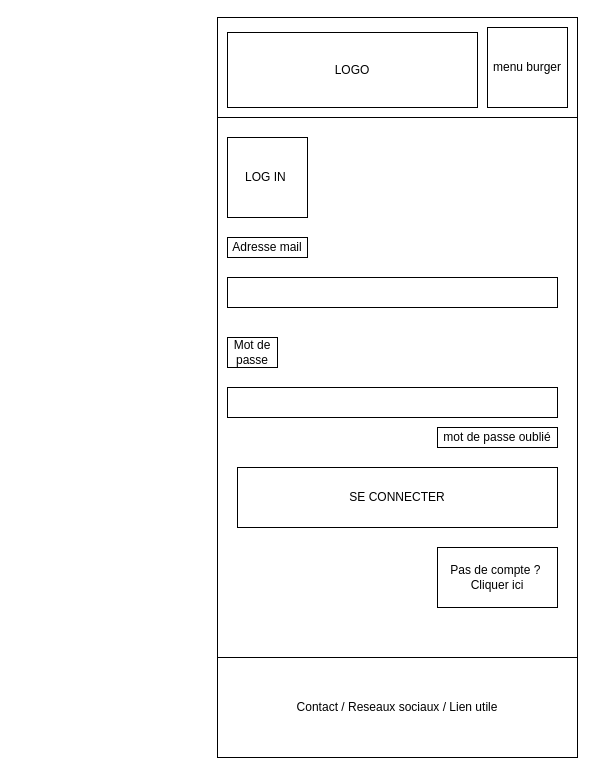
This is page "Connexion" (2 of 10) of docs/wireframe_mobile.drawio from SeguierJonathan/ZombieLand, a draw.io file, before an edit. Source tidied: cells renumbered, new cells numbered last; positions are measured from the earlier drawing's top-left corner, leaving out a move shared by most shapes. Both pictures are drawn from the tidied source at 100%, with x=0, y=0 at pixel (217, 17).
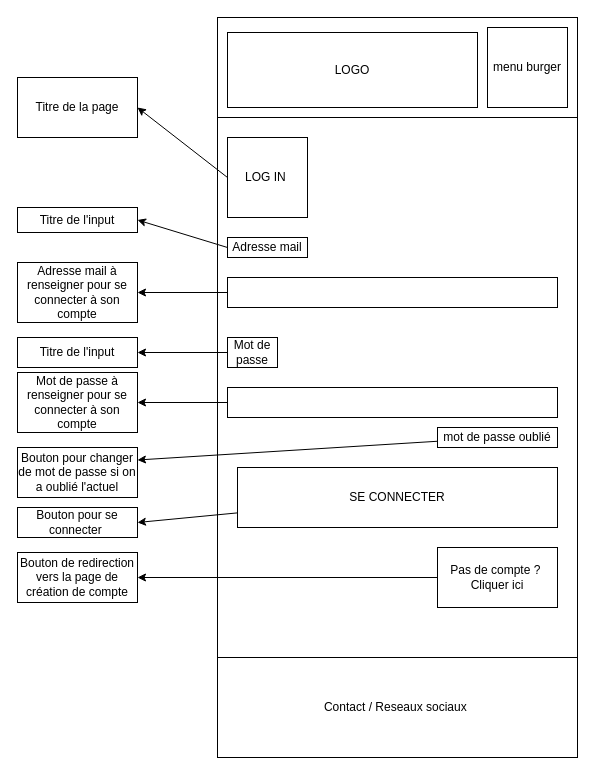
Above is the later version.

Unchanged cells that the change refers to:
```xml
<mxCell id="7" value="LOG IN&amp;nbsp;" style="rounded=0;whiteSpace=wrap;html=1;" parent="1" vertex="1">
  <mxGeometry x="10" y="120" width="80" height="80" as="geometry" />
</mxCell>
<mxCell id="8" value="Adresse mail" style="rounded=0;whiteSpace=wrap;html=1;" parent="1" vertex="1">
  <mxGeometry x="10" y="220" width="80" height="20" as="geometry" />
</mxCell>
<mxCell id="9" value="Mot de passe" style="rounded=0;whiteSpace=wrap;html=1;" parent="1" vertex="1">
  <mxGeometry x="10" y="320" width="50" height="30" as="geometry" />
</mxCell>
<mxCell id="10" style="rounded=0;whiteSpace=wrap;html=1;" parent="1" vertex="1">
  <mxGeometry x="10" y="260" width="330" height="30" as="geometry" />
</mxCell>
<mxCell id="11" style="rounded=0;whiteSpace=wrap;html=1;" parent="1" vertex="1">
  <mxGeometry x="10" y="370" width="330" height="30" as="geometry" />
</mxCell>
<mxCell id="12" value="mot de passe oublié" style="rounded=0;whiteSpace=wrap;html=1;" parent="1" vertex="1">
  <mxGeometry x="220" y="410" width="120" height="20" as="geometry" />
</mxCell>
<mxCell id="13" value="SE CONNECTER" style="rounded=0;whiteSpace=wrap;html=1;" parent="1" vertex="1">
  <mxGeometry x="20" y="450" width="320" height="60" as="geometry" />
</mxCell>
<mxCell id="14" value="Pas de compte ?&amp;nbsp;&lt;div&gt;Cliquer ici&lt;/div&gt;" style="rounded=0;whiteSpace=wrap;html=1;" parent="1" vertex="1">
  <mxGeometry x="220" y="530" width="120" height="60" as="geometry" />
</mxCell>
```

Change to the diagram source:
```diff
@@
-    <mxCell id="3" value="Contact / Reseaux sociaux / Lien utile" style="rounded=0;whiteSpace=wrap;html=1;" parent="1" vertex="1">
+    <mxCell id="3" value="Contact / Reseaux sociaux&amp;nbsp;" style="rounded=0;whiteSpace=wrap;html=1;" parent="1" vertex="1">
       <mxGeometry y="640" width="360" height="100" as="geometry" />
     </mxCell>
@@
+    <mxCell id="15" style="edgeStyle=none;html=1;entryX=1;entryY=0.5;entryDx=0;entryDy=0;" parent="1" edge="1" source="9" target="23">
+      <mxGeometry relative="1" as="geometry" />
+    </mxCell>
@@
+    <mxCell id="16" style="edgeStyle=none;html=1;entryX=1;entryY=0.5;entryDx=0;entryDy=0;" parent="1" edge="1" source="11" target="27">
+      <mxGeometry relative="1" as="geometry" />
+    </mxCell>
@@
+    <mxCell id="17" style="edgeStyle=none;html=1;entryX=1;entryY=0.25;entryDx=0;entryDy=0;" parent="1" edge="1" source="12" target="24">
+      <mxGeometry relative="1" as="geometry" />
+    </mxCell>
@@
+    <mxCell id="18" style="edgeStyle=none;html=1;entryX=1;entryY=0.5;entryDx=0;entryDy=0;" parent="1" edge="1" source="13" target="26">
+      <mxGeometry relative="1" as="geometry" />
+    </mxCell>
@@
+    <mxCell id="19" style="edgeStyle=none;html=1;" parent="1" edge="1" source="14" target="25">
+      <mxGeometry relative="1" as="geometry" />
+    </mxCell>
@@
+    <mxCell id="20" value="Titre de la page" style="rounded=0;whiteSpace=wrap;html=1;" parent="1" vertex="1">
+      <mxGeometry x="-200" y="60" width="120" height="60" as="geometry" />
+    </mxCell>
+    <mxCell id="21" value="Titre de l'input" style="rounded=0;whiteSpace=wrap;html=1;" parent="1" vertex="1">
+      <mxGeometry x="-200" y="190" width="120" height="25" as="geometry" />
+    </mxCell>
+    <mxCell id="22" value="Adresse mail à renseigner pour se connecter à son compte" style="rounded=0;whiteSpace=wrap;html=1;" parent="1" vertex="1">
+      <mxGeometry x="-200" y="245" width="120" height="60" as="geometry" />
+    </mxCell>
+    <mxCell id="23" value="Titre de l'input" style="rounded=0;whiteSpace=wrap;html=1;" parent="1" vertex="1">
+      <mxGeometry x="-200" y="320" width="120" height="30" as="geometry" />
+    </mxCell>
+    <mxCell id="24" value="Bouton pour changer de mot de passe si on a oublié l'actuel" style="rounded=0;whiteSpace=wrap;html=1;" parent="1" vertex="1">
+      <mxGeometry x="-200" y="430" width="120" height="50" as="geometry" />
+    </mxCell>
+    <mxCell id="25" value="Bouton de redirection vers la page de création de compte" style="rounded=0;whiteSpace=wrap;html=1;" parent="1" vertex="1">
+      <mxGeometry x="-200" y="535" width="120" height="50" as="geometry" />
+    </mxCell>
+    <mxCell id="26" value="Bouton pour se connecter&amp;nbsp;" style="rounded=0;whiteSpace=wrap;html=1;" parent="1" vertex="1">
+      <mxGeometry x="-200" y="490" width="120" height="30" as="geometry" />
+    </mxCell>
+    <mxCell id="27" value="Mot de passe à renseigner pour se connecter à son compte" style="rounded=0;whiteSpace=wrap;html=1;" parent="1" vertex="1">
+      <mxGeometry x="-200" y="355" width="120" height="60" as="geometry" />
+    </mxCell>
+    <mxCell id="28" style="endArrow=classic;html=1;entryX=1;entryY=0.5;entryDx=0;entryDy=0;exitX=0;exitY=0.5;exitDx=0;exitDy=0;" parent="1" edge="1" source="7" target="20">
+      <mxGeometry relative="1" as="geometry" />
+    </mxCell>
+    <mxCell id="29" style="endArrow=classic;html=1;entryX=1;entryY=0.5;entryDx=0;entryDy=0;exitX=0;exitY=0.5;exitDx=0;exitDy=0;" parent="1" edge="1" source="8" target="21">
+      <mxGeometry relative="1" as="geometry" />
+    </mxCell>
+    <mxCell id="30" style="endArrow=classic;html=1;entryX=1;entryY=0.5;entryDx=0;entryDy=0;exitX=0;exitY=0.5;exitDx=0;exitDy=0;" parent="1" edge="1" source="10" target="22">
+      <mxGeometry relative="1" as="geometry" />
+    </mxCell>
```
